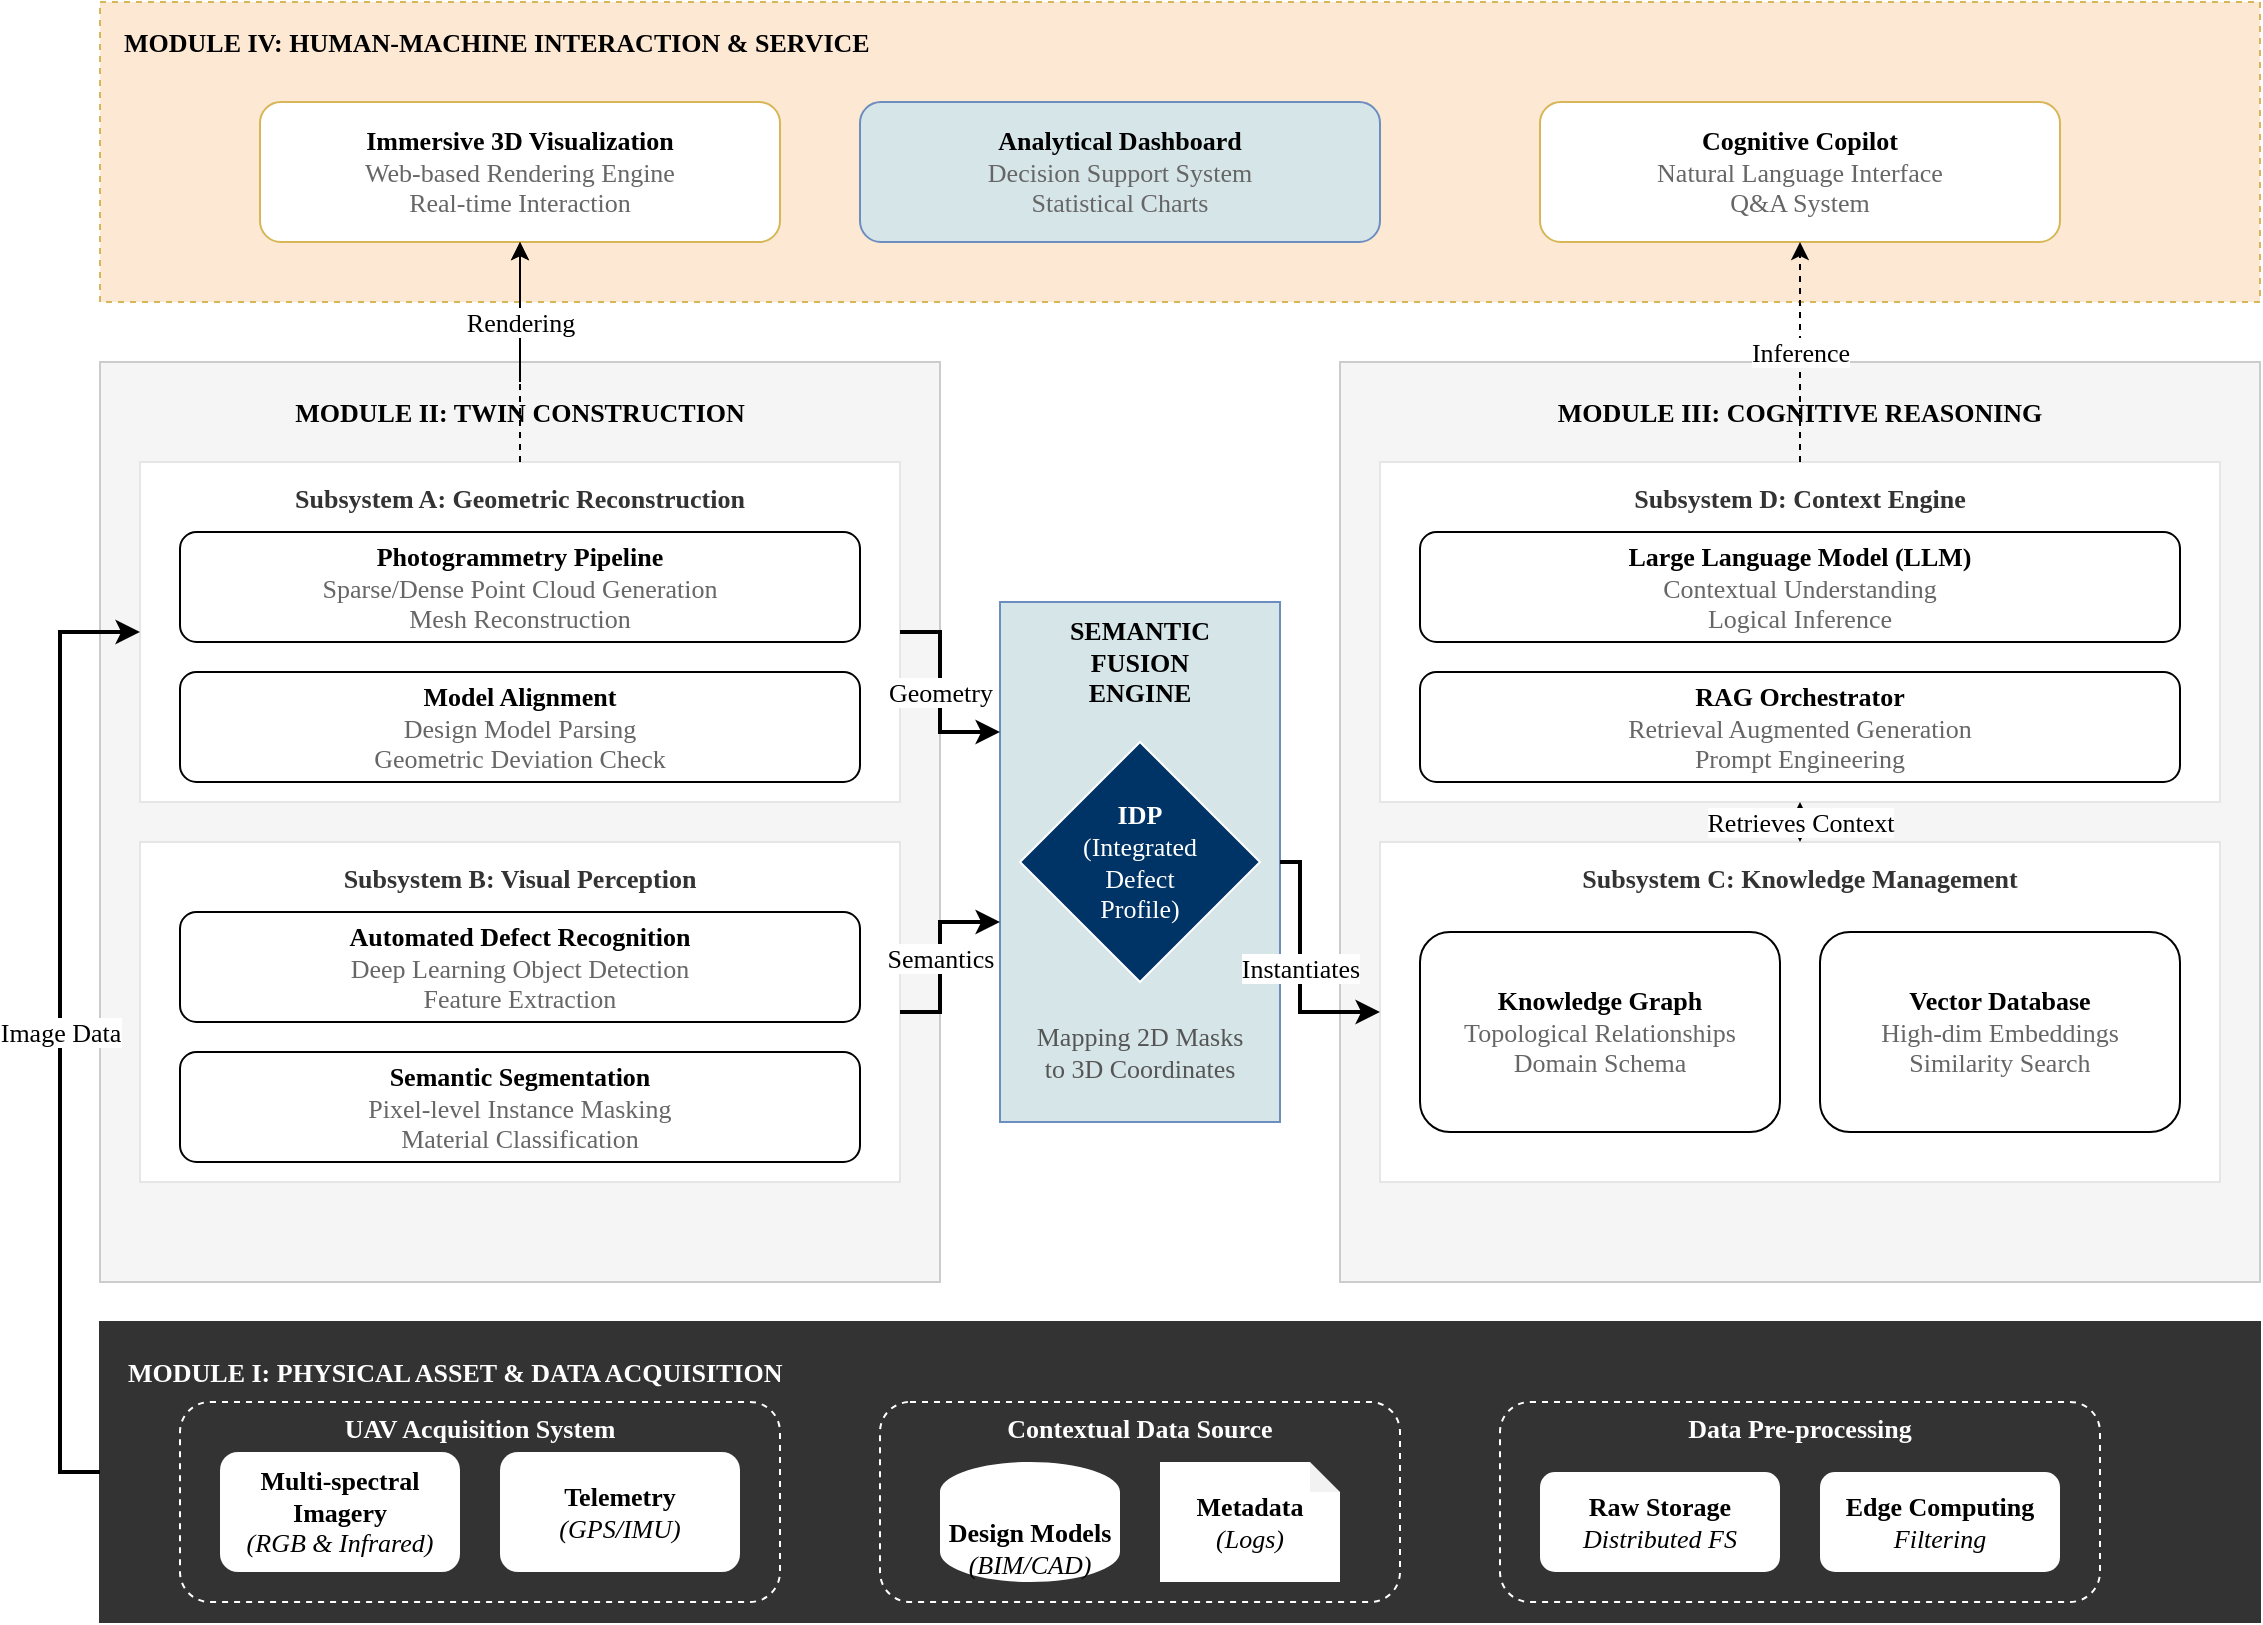
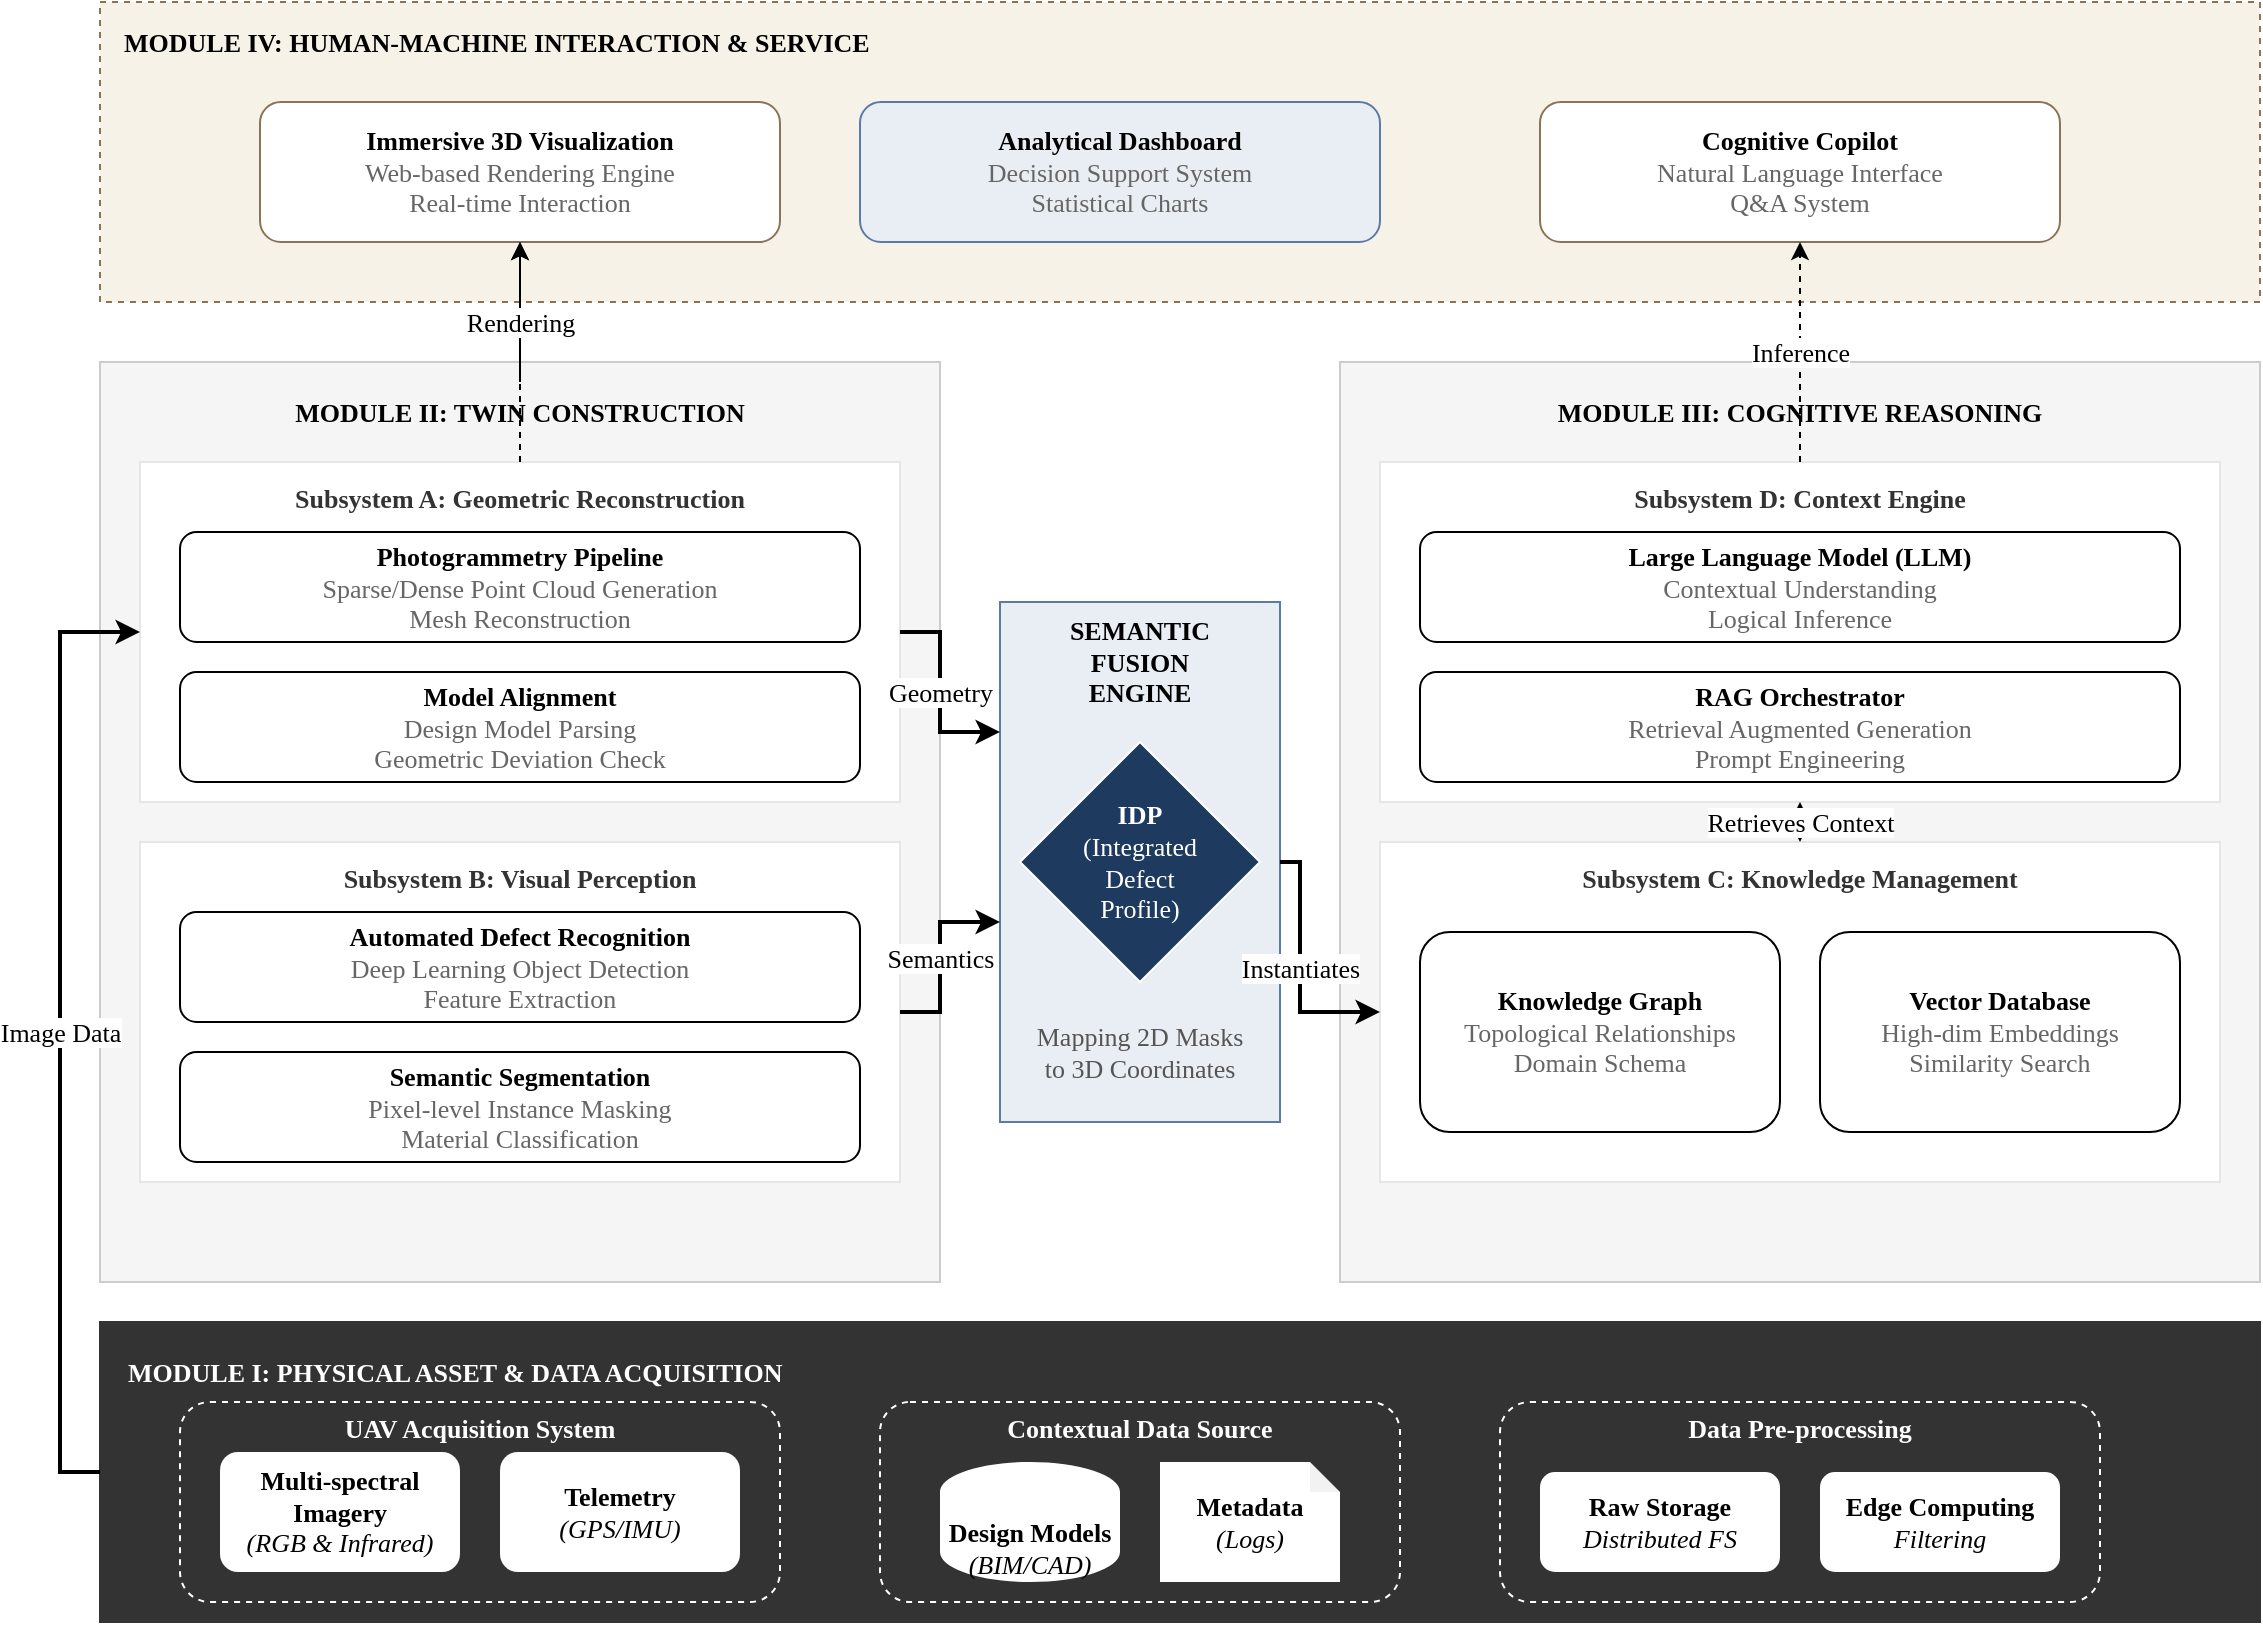
<mxfile host="Electron" agent="Mozilla/5.0 (Macintosh; Intel Mac OS X 10_15_7) AppleWebKit/537.36 (KHTML, like Gecko) draw.io/29.2.9 Chrome/140.0.7339.249 Electron/38.7.2 Safari/537.36" version="29.2.9">
  <diagram name="第 1 页" id="7_vjhqPGj1s4lU4p-eJ5">
    <mxGraphModel dx="530" dy="-233" grid="1" gridSize="10" guides="1" tooltips="1" connect="1" arrows="1" fold="1" page="1" pageScale="1" pageWidth="827" pageHeight="1169" math="0" shadow="0">
      <root>
        <mxCell id="0" />
        <mxCell id="1" parent="0" />
-         <mxCell id="D5NGcvgCAcNfVg2UiYoK-236" parent="1" style="rounded=0;whiteSpace=wrap;html=1;fillColor=#FDE8D4;strokeColor=#d6b656;align=left;verticalAlign=top;spacingLeft=10;spacingTop=10;dashed=1;fontFamily=Times New Roman;fontSize=13;" value="" vertex="1">
+         <mxCell id="D5NGcvgCAcNfVg2UiYoK-236" parent="1" style="rounded=0;whiteSpace=wrap;html=1;fillColor=#F7F2E8;strokeColor=#8B7355;align=left;verticalAlign=top;spacingLeft=10;spacingTop=10;dashed=1;fontFamily=Times New Roman;fontSize=13;" value="" vertex="1">
          <mxGeometry height="150" width="1080" x="1040" y="1540" as="geometry" />
        </mxCell>
        <mxCell id="D5NGcvgCAcNfVg2UiYoK-237" parent="1" style="text;html=1;strokeColor=none;fillColor=none;align=left;verticalAlign=middle;whiteSpace=wrap;rounded=0;fontFamily=Times New Roman;fontSize=13;fontColor=#000000;" value="&lt;b&gt;MODULE IV: HUMAN-MACHINE INTERACTION &amp;amp; SERVICE&lt;/b&gt;" vertex="1">
          <mxGeometry height="30" width="490" x="1050" y="1545" as="geometry" />
        </mxCell>
-         <mxCell id="D5NGcvgCAcNfVg2UiYoK-238" parent="1" style="rounded=1;whiteSpace=wrap;html=1;fillColor=#ffffff;strokeColor=#d6b656;fontFamily=Times New Roman;fontSize=13;" value="&lt;b&gt;Immersive 3D Visualization&lt;/b&gt;&lt;br&gt;&lt;span style=&quot;color: rgb(102, 102, 102);&quot;&gt;Web-based Rendering Engine&lt;br&gt;Real-time Interaction&lt;/span&gt;" vertex="1">
+         <mxCell id="D5NGcvgCAcNfVg2UiYoK-238" parent="1" style="rounded=1;whiteSpace=wrap;html=1;fillColor=#ffffff;strokeColor=#8B7355;fontFamily=Times New Roman;fontSize=13;" value="&lt;b&gt;Immersive 3D Visualization&lt;/b&gt;&lt;br&gt;&lt;span style=&quot;color: rgb(102, 102, 102);&quot;&gt;Web-based Rendering Engine&lt;br&gt;Real-time Interaction&lt;/span&gt;" vertex="1">
          <mxGeometry height="70" width="260" x="1120" y="1590" as="geometry" />
        </mxCell>
-         <mxCell id="D5NGcvgCAcNfVg2UiYoK-239" parent="1" style="rounded=1;whiteSpace=wrap;html=1;fillColor=#D6E5E8;strokeColor=#6c8ebf;fontFamily=Times New Roman;fontSize=13;" value="&lt;b&gt;Analytical Dashboard&lt;/b&gt;&lt;br&gt;&lt;span style=&quot;color: rgb(102, 102, 102);&quot;&gt;Decision Support System&lt;br&gt;Statistical Charts&lt;/span&gt;" vertex="1">
+         <mxCell id="D5NGcvgCAcNfVg2UiYoK-239" parent="1" style="rounded=1;whiteSpace=wrap;html=1;fillColor=#E8EEF4;strokeColor=#5B7BA6;fontFamily=Times New Roman;fontSize=13;" value="&lt;b&gt;Analytical Dashboard&lt;/b&gt;&lt;br&gt;&lt;span style=&quot;color: rgb(102, 102, 102);&quot;&gt;Decision Support System&lt;br&gt;Statistical Charts&lt;/span&gt;" vertex="1">
          <mxGeometry height="70" width="260" x="1420" y="1590" as="geometry" />
        </mxCell>
-         <mxCell id="D5NGcvgCAcNfVg2UiYoK-240" parent="1" style="rounded=1;whiteSpace=wrap;html=1;fillColor=#ffffff;strokeColor=#d6b656;fontFamily=Times New Roman;fontSize=13;" value="&lt;b&gt;Cognitive Copilot&lt;/b&gt;&lt;br&gt;&lt;span style=&quot;color: rgb(102, 102, 102);&quot;&gt;Natural Language Interface&lt;br&gt;Q&amp;amp;A System&lt;/span&gt;" vertex="1">
+         <mxCell id="D5NGcvgCAcNfVg2UiYoK-240" parent="1" style="rounded=1;whiteSpace=wrap;html=1;fillColor=#ffffff;strokeColor=#8B7355;fontFamily=Times New Roman;fontSize=13;" value="&lt;b&gt;Cognitive Copilot&lt;/b&gt;&lt;br&gt;&lt;span style=&quot;color: rgb(102, 102, 102);&quot;&gt;Natural Language Interface&lt;br&gt;Q&amp;amp;A System&lt;/span&gt;" vertex="1">
          <mxGeometry height="70" width="260" x="1760" y="1590" as="geometry" />
        </mxCell>
        <mxCell id="D5NGcvgCAcNfVg2UiYoK-241" parent="1" style="rounded=0;whiteSpace=wrap;html=1;fillColor=#f5f5f5;strokeColor=#cccccc;align=left;verticalAlign=top;spacingLeft=10;spacingTop=10;fontFamily=Times New Roman;fontSize=13;" value="" vertex="1">
          <mxGeometry height="460" width="420" x="1040" y="1720" as="geometry" />
        </mxCell>
        <mxCell id="D5NGcvgCAcNfVg2UiYoK-242" edge="1" parent="1" source="D5NGcvgCAcNfVg2UiYoK-243" style="edgeStyle=orthogonalEdgeStyle;rounded=0;orthogonalLoop=1;jettySize=auto;html=1;" target="D5NGcvgCAcNfVg2UiYoK-238" value="">
          <mxGeometry relative="1" as="geometry" />
        </mxCell>
        <mxCell id="D5NGcvgCAcNfVg2UiYoK-243" parent="1" style="text;html=1;strokeColor=none;fillColor=none;align=center;verticalAlign=middle;whiteSpace=wrap;rounded=0;fontFamily=Times New Roman;fontSize=13;fontColor=#000000;" value="&lt;b&gt;MODULE II: TWIN CONSTRUCTION&lt;/b&gt;" vertex="1">
          <mxGeometry height="30" width="420" x="1040" y="1730" as="geometry" />
        </mxCell>
        <mxCell id="D5NGcvgCAcNfVg2UiYoK-244" parent="1" style="rounded=0;whiteSpace=wrap;html=1;fillColor=#ffffff;strokeColor=#e6e6e6;align=left;verticalAlign=top;fontFamily=Times New Roman;fontSize=13;" value="" vertex="1">
          <mxGeometry height="170" width="380" x="1060" y="1770" as="geometry" />
        </mxCell>
        <mxCell id="D5NGcvgCAcNfVg2UiYoK-245" parent="1" style="text;html=1;strokeColor=none;fillColor=none;align=center;verticalAlign=middle;whiteSpace=wrap;rounded=0;fontFamily=Times New Roman;fontSize=13;fontColor=#333333;" value="&lt;b&gt;Subsystem A: Geometric Reconstruction&lt;/b&gt;" vertex="1">
          <mxGeometry height="25" width="380" x="1060" y="1775" as="geometry" />
        </mxCell>
        <mxCell id="D5NGcvgCAcNfVg2UiYoK-246" parent="1" style="rounded=1;whiteSpace=wrap;html=1;fillColor=#ffffff;strokeColor=#000000;fontFamily=Times New Roman;fontSize=13;" value="&lt;b&gt;Photogrammetry Pipeline&lt;/b&gt;&lt;br&gt;&lt;span style=&quot;color: rgb(102, 102, 102);&quot;&gt;Sparse/Dense Point Cloud Generation&lt;br&gt;Mesh Reconstruction&lt;/span&gt;" vertex="1">
          <mxGeometry height="55" width="340" x="1080" y="1805" as="geometry" />
        </mxCell>
        <mxCell id="D5NGcvgCAcNfVg2UiYoK-247" parent="1" style="rounded=1;whiteSpace=wrap;html=1;fillColor=#ffffff;strokeColor=#000000;fontFamily=Times New Roman;fontSize=13;" value="&lt;b&gt;Model Alignment&lt;/b&gt;&lt;br&gt;&lt;span style=&quot;color: rgb(102, 102, 102);&quot;&gt;Design Model Parsing&lt;br&gt;Geometric Deviation Check&lt;/span&gt;" vertex="1">
          <mxGeometry height="55" width="340" x="1080" y="1875" as="geometry" />
        </mxCell>
        <mxCell id="D5NGcvgCAcNfVg2UiYoK-248" parent="1" style="rounded=0;whiteSpace=wrap;html=1;fillColor=#ffffff;strokeColor=#e6e6e6;align=left;verticalAlign=top;fontFamily=Times New Roman;fontSize=13;" value="" vertex="1">
          <mxGeometry height="170" width="380" x="1060" y="1960" as="geometry" />
        </mxCell>
        <mxCell id="D5NGcvgCAcNfVg2UiYoK-249" parent="1" style="text;html=1;strokeColor=none;fillColor=none;align=center;verticalAlign=middle;whiteSpace=wrap;rounded=0;fontFamily=Times New Roman;fontSize=13;fontColor=#333333;" value="&lt;b&gt;Subsystem B: Visual Perception&lt;/b&gt;" vertex="1">
          <mxGeometry height="25" width="380" x="1060" y="1965" as="geometry" />
        </mxCell>
        <mxCell id="D5NGcvgCAcNfVg2UiYoK-250" parent="1" style="rounded=1;whiteSpace=wrap;html=1;fillColor=#ffffff;strokeColor=#000000;fontFamily=Times New Roman;fontSize=13;" value="&lt;b&gt;Automated Defect Recognition&lt;/b&gt;&lt;br&gt;&lt;span style=&quot;color: rgb(102, 102, 102);&quot;&gt;Deep Learning Object Detection&lt;br&gt;Feature Extraction&lt;/span&gt;" vertex="1">
          <mxGeometry height="55" width="340" x="1080" y="1995" as="geometry" />
        </mxCell>
        <mxCell id="D5NGcvgCAcNfVg2UiYoK-251" parent="1" style="rounded=1;whiteSpace=wrap;html=1;fillColor=#ffffff;strokeColor=#000000;fontFamily=Times New Roman;fontSize=13;" value="&lt;b&gt;Semantic Segmentation&lt;/b&gt;&lt;br&gt;&lt;span style=&quot;color: rgb(102, 102, 102);&quot;&gt;Pixel-level Instance Masking&lt;br&gt;Material Classification&lt;/span&gt;" vertex="1">
          <mxGeometry height="55" width="340" x="1080" y="2065" as="geometry" />
        </mxCell>
-         <mxCell id="D5NGcvgCAcNfVg2UiYoK-252" parent="1" style="rounded=0;whiteSpace=wrap;html=1;fillColor=#D6E5E8;strokeColor=#6c8ebf;align=center;verticalAlign=middle;fontFamily=Times New Roman;fontSize=13;" value="" vertex="1">
+         <mxCell id="D5NGcvgCAcNfVg2UiYoK-252" parent="1" style="rounded=0;whiteSpace=wrap;html=1;fillColor=#E8EEF4;strokeColor=#5B7BA6;align=center;verticalAlign=middle;fontFamily=Times New Roman;fontSize=13;" value="" vertex="1">
          <mxGeometry height="260" width="140" x="1490" y="1840" as="geometry" />
        </mxCell>
        <mxCell id="D5NGcvgCAcNfVg2UiYoK-253" parent="1" style="text;html=1;strokeColor=none;fillColor=none;align=center;verticalAlign=middle;whiteSpace=wrap;rounded=0;fontFamily=Times New Roman;fontSize=13;fontColor=#000000;" value="&lt;b&gt;SEMANTIC&lt;br&gt;FUSION&lt;br&gt;ENGINE&lt;/b&gt;" vertex="1">
          <mxGeometry height="40" width="140" x="1490" y="1850" as="geometry" />
        </mxCell>
-         <mxCell id="D5NGcvgCAcNfVg2UiYoK-254" parent="1" style="shape=rhombus;whiteSpace=wrap;html=1;fillColor=#003366;strokeColor=#ffffff;fontFamily=Times New Roman;fontColor=#ffffff;fontStyle=0;fontSize=13;" value="&lt;b&gt;IDP&lt;/b&gt;&lt;br&gt;&lt;span&gt;(Integrated&lt;br&gt;Defect&lt;br&gt;Profile)&lt;/span&gt;" vertex="1">
+         <mxCell id="D5NGcvgCAcNfVg2UiYoK-254" parent="1" style="shape=rhombus;whiteSpace=wrap;html=1;fillColor=#1E3A5F;strokeColor=#ffffff;fontFamily=Times New Roman;fontColor=#ffffff;fontStyle=0;fontSize=13;" value="&lt;b&gt;IDP&lt;/b&gt;&lt;br&gt;&lt;span&gt;(Integrated&lt;br&gt;Defect&lt;br&gt;Profile)&lt;/span&gt;" vertex="1">
          <mxGeometry height="120" width="120" x="1500" y="1910" as="geometry" />
        </mxCell>
        <mxCell id="D5NGcvgCAcNfVg2UiYoK-255" parent="1" style="text;html=1;strokeColor=none;fillColor=none;align=center;verticalAlign=middle;whiteSpace=wrap;rounded=0;fontFamily=Times New Roman;fontSize=13;" value="&lt;span style=&quot;color: rgb(85, 85, 85);&quot;&gt;Mapping 2D Masks&lt;br&gt;to 3D Coordinates&lt;/span&gt;" vertex="1">
          <mxGeometry height="30" width="140" x="1490" y="2050" as="geometry" />
        </mxCell>
        <mxCell id="D5NGcvgCAcNfVg2UiYoK-256" parent="1" style="rounded=0;whiteSpace=wrap;html=1;fillColor=#f5f5f5;strokeColor=#cccccc;align=left;verticalAlign=top;spacingLeft=10;spacingTop=10;fontFamily=Times New Roman;fontSize=13;" value="" vertex="1">
          <mxGeometry height="460" width="460" x="1660" y="1720" as="geometry" />
        </mxCell>
        <mxCell id="D5NGcvgCAcNfVg2UiYoK-257" parent="1" style="text;html=1;strokeColor=none;fillColor=none;align=center;verticalAlign=middle;whiteSpace=wrap;rounded=0;fontFamily=Times New Roman;fontSize=13;fontColor=#000000;" value="&lt;b&gt;MODULE III: COGNITIVE REASONING&lt;/b&gt;" vertex="1">
          <mxGeometry height="30" width="460" x="1660" y="1730" as="geometry" />
        </mxCell>
        <mxCell id="D5NGcvgCAcNfVg2UiYoK-258" parent="1" style="rounded=0;whiteSpace=wrap;html=1;fillColor=#ffffff;strokeColor=#e6e6e6;align=left;verticalAlign=top;fontFamily=Times New Roman;fontSize=13;" value="" vertex="1">
          <mxGeometry height="170" width="420" x="1680" y="1770" as="geometry" />
        </mxCell>
        <mxCell id="D5NGcvgCAcNfVg2UiYoK-259" parent="1" style="text;html=1;strokeColor=none;fillColor=none;align=center;verticalAlign=middle;whiteSpace=wrap;rounded=0;fontFamily=Times New Roman;fontSize=13;fontColor=#333333;" value="&lt;b&gt;Subsystem D: Context Engine&lt;/b&gt;" vertex="1">
          <mxGeometry height="25" width="420" x="1680" y="1775" as="geometry" />
        </mxCell>
        <mxCell id="D5NGcvgCAcNfVg2UiYoK-260" parent="1" style="rounded=1;whiteSpace=wrap;html=1;fillColor=#ffffff;strokeColor=#000000;fontFamily=Times New Roman;fontSize=13;" value="&lt;b&gt;Large Language Model (LLM)&lt;/b&gt;&lt;br&gt;&lt;span style=&quot;color: rgb(102, 102, 102);&quot;&gt;Contextual Understanding&lt;br&gt;Logical Inference&lt;/span&gt;" vertex="1">
          <mxGeometry height="55" width="380" x="1700" y="1805" as="geometry" />
        </mxCell>
        <mxCell id="D5NGcvgCAcNfVg2UiYoK-261" parent="1" style="rounded=1;whiteSpace=wrap;html=1;fillColor=#ffffff;strokeColor=#000000;fontFamily=Times New Roman;fontSize=13;" value="&lt;b&gt;RAG Orchestrator&lt;/b&gt;&lt;br&gt;&lt;span style=&quot;color: rgb(102, 102, 102);&quot;&gt;Retrieval Augmented Generation&lt;br&gt;Prompt Engineering&lt;/span&gt;" vertex="1">
          <mxGeometry height="55" width="380" x="1700" y="1875" as="geometry" />
        </mxCell>
        <mxCell id="D5NGcvgCAcNfVg2UiYoK-262" parent="1" style="rounded=0;whiteSpace=wrap;html=1;fillColor=#ffffff;strokeColor=#e6e6e6;align=left;verticalAlign=top;fontFamily=Times New Roman;fontSize=13;" value="" vertex="1">
          <mxGeometry height="170" width="420" x="1680" y="1960" as="geometry" />
        </mxCell>
        <mxCell id="D5NGcvgCAcNfVg2UiYoK-263" parent="1" style="text;html=1;strokeColor=none;fillColor=none;align=center;verticalAlign=middle;whiteSpace=wrap;rounded=0;fontFamily=Times New Roman;fontSize=13;fontColor=#333333;" value="&lt;b&gt;Subsystem C: Knowledge Management&lt;/b&gt;" vertex="1">
          <mxGeometry height="25" width="420" x="1680" y="1965" as="geometry" />
        </mxCell>
        <mxCell id="D5NGcvgCAcNfVg2UiYoK-264" parent="1" style="rounded=1;whiteSpace=wrap;html=1;fillColor=#ffffff;strokeColor=#000000;fontFamily=Times New Roman;fontSize=13;" value="&lt;b&gt;Knowledge Graph&lt;/b&gt;&lt;br&gt;&lt;span style=&quot;color: rgb(102, 102, 102);&quot;&gt;Topological Relationships&lt;br&gt;Domain Schema&lt;/span&gt;" vertex="1">
          <mxGeometry height="100" width="180" x="1700" y="2005" as="geometry" />
        </mxCell>
        <mxCell id="D5NGcvgCAcNfVg2UiYoK-265" parent="1" style="rounded=1;whiteSpace=wrap;html=1;fillColor=#ffffff;strokeColor=#000000;fontFamily=Times New Roman;fontSize=13;" value="&lt;b&gt;Vector Database&lt;/b&gt;&lt;br&gt;&lt;span style=&quot;color: rgb(102, 102, 102);&quot;&gt;High-dim Embeddings&lt;br&gt;Similarity Search&lt;/span&gt;" vertex="1">
          <mxGeometry height="100" width="180" x="1900" y="2005" as="geometry" />
        </mxCell>
        <mxCell id="D5NGcvgCAcNfVg2UiYoK-266" parent="1" style="rounded=0;whiteSpace=wrap;html=1;fillColor=#333333;strokeColor=#333333;align=left;verticalAlign=top;spacingLeft=10;spacingTop=10;fontFamily=Times New Roman;fontSize=13;" value="" vertex="1">
          <mxGeometry height="150" width="1080" x="1040" y="2200" as="geometry" />
        </mxCell>
        <mxCell id="D5NGcvgCAcNfVg2UiYoK-267" parent="1" style="text;html=1;strokeColor=none;fillColor=none;align=left;verticalAlign=middle;whiteSpace=wrap;rounded=0;fontFamily=Times New Roman;fontSize=13;fontColor=#ffffff;" value="&lt;b&gt;MODULE I: PHYSICAL ASSET &amp;amp; DATA ACQUISITION&lt;/b&gt;" vertex="1">
          <mxGeometry height="30" width="450" x="1052" y="2210" as="geometry" />
        </mxCell>
        <mxCell id="D5NGcvgCAcNfVg2UiYoK-268" connectable="0" parent="1" style="group;fontFamily=Times New Roman;fontSize=13;" value="" vertex="1">
          <mxGeometry height="100" width="300" x="1080" y="2240" as="geometry" />
        </mxCell>
        <mxCell id="D5NGcvgCAcNfVg2UiYoK-269" parent="D5NGcvgCAcNfVg2UiYoK-268" style="rounded=1;whiteSpace=wrap;html=1;fillColor=none;strokeColor=#ffffff;dashed=1;fontFamily=Times New Roman;fontSize=13;" value="" vertex="1">
          <mxGeometry height="100" width="300" as="geometry" />
        </mxCell>
        <mxCell id="D5NGcvgCAcNfVg2UiYoK-270" parent="D5NGcvgCAcNfVg2UiYoK-268" style="text;html=1;strokeColor=none;fillColor=none;align=center;verticalAlign=middle;whiteSpace=wrap;rounded=0;fontFamily=Times New Roman;fontSize=13;fontColor=#ffffff;" value="&lt;b&gt;UAV Acquisition System&lt;/b&gt;" vertex="1">
          <mxGeometry height="15" width="300" y="5" as="geometry" />
        </mxCell>
        <mxCell id="D5NGcvgCAcNfVg2UiYoK-271" parent="D5NGcvgCAcNfVg2UiYoK-268" style="rounded=1;whiteSpace=wrap;html=1;fillColor=#ffffff;strokeColor=none;fontFamily=Times New Roman;fontSize=13;" value="&lt;b&gt;Multi-spectral Imagery&lt;/b&gt;&lt;br&gt;&lt;i&gt;(RGB &amp;amp; Infrared)&lt;/i&gt;" vertex="1">
          <mxGeometry height="60" width="120" x="20" y="25" as="geometry" />
        </mxCell>
        <mxCell id="D5NGcvgCAcNfVg2UiYoK-272" parent="D5NGcvgCAcNfVg2UiYoK-268" style="rounded=1;whiteSpace=wrap;html=1;fillColor=#ffffff;strokeColor=none;fontFamily=Times New Roman;fontSize=13;" value="&lt;b&gt;Telemetry&lt;/b&gt;&lt;br&gt;&lt;i&gt;(GPS/IMU)&lt;/i&gt;" vertex="1">
          <mxGeometry height="60" width="120" x="160" y="25" as="geometry" />
        </mxCell>
        <mxCell id="D5NGcvgCAcNfVg2UiYoK-273" connectable="0" parent="1" style="group;fontFamily=Times New Roman;fontSize=13;" value="" vertex="1">
          <mxGeometry height="100" width="260" x="1430" y="2240" as="geometry" />
        </mxCell>
        <mxCell id="D5NGcvgCAcNfVg2UiYoK-274" parent="D5NGcvgCAcNfVg2UiYoK-273" style="rounded=1;whiteSpace=wrap;html=1;fillColor=none;strokeColor=#ffffff;dashed=1;fontFamily=Times New Roman;fontSize=13;" value="" vertex="1">
          <mxGeometry height="100" width="260" as="geometry" />
        </mxCell>
        <mxCell id="D5NGcvgCAcNfVg2UiYoK-275" parent="D5NGcvgCAcNfVg2UiYoK-273" style="text;html=1;strokeColor=none;fillColor=none;align=center;verticalAlign=middle;whiteSpace=wrap;rounded=0;fontFamily=Times New Roman;fontSize=13;fontColor=#ffffff;" value="&lt;b&gt;Contextual Data Source&lt;/b&gt;" vertex="1">
          <mxGeometry height="15" width="260" y="5" as="geometry" />
        </mxCell>
        <mxCell id="D5NGcvgCAcNfVg2UiYoK-276" parent="D5NGcvgCAcNfVg2UiYoK-273" style="shape=cylinder3;whiteSpace=wrap;html=1;boundedLbl=1;backgroundOutline=1;size=15;fillColor=#ffffff;strokeColor=none;fontFamily=Times New Roman;fontSize=13;" value="&lt;b&gt;Design Models&lt;/b&gt;&lt;br&gt;&lt;i&gt;(BIM/CAD)&lt;/i&gt;" vertex="1">
          <mxGeometry height="60" width="90" x="30" y="30" as="geometry" />
        </mxCell>
        <mxCell id="D5NGcvgCAcNfVg2UiYoK-277" parent="D5NGcvgCAcNfVg2UiYoK-273" style="shape=note;whiteSpace=wrap;html=1;backgroundOutline=1;darkOpacity=0.05;fillColor=#ffffff;strokeColor=none;fontFamily=Times New Roman;fontSize=13;size=15" value="&lt;b&gt;Metadata&lt;/b&gt;&lt;br&gt;&lt;i&gt;(Logs)&lt;/i&gt;" vertex="1">
          <mxGeometry height="60" width="90" x="140" y="30" as="geometry" />
        </mxCell>
        <mxCell id="D5NGcvgCAcNfVg2UiYoK-278" connectable="0" parent="1" style="group;fontFamily=Times New Roman;fontSize=13;" value="" vertex="1">
          <mxGeometry height="100" width="300" x="1740" y="2240" as="geometry" />
        </mxCell>
        <mxCell id="D5NGcvgCAcNfVg2UiYoK-279" parent="D5NGcvgCAcNfVg2UiYoK-278" style="rounded=1;whiteSpace=wrap;html=1;fillColor=none;strokeColor=#ffffff;dashed=1;fontFamily=Times New Roman;fontSize=13;" value="" vertex="1">
          <mxGeometry height="100" width="300" as="geometry" />
        </mxCell>
        <mxCell id="D5NGcvgCAcNfVg2UiYoK-280" parent="D5NGcvgCAcNfVg2UiYoK-278" style="text;html=1;strokeColor=none;fillColor=none;align=center;verticalAlign=middle;whiteSpace=wrap;rounded=0;fontFamily=Times New Roman;fontSize=13;fontColor=#ffffff;" value="&lt;b&gt;Data Pre-processing&lt;/b&gt;" vertex="1">
          <mxGeometry height="15" width="300" y="5" as="geometry" />
        </mxCell>
        <mxCell id="D5NGcvgCAcNfVg2UiYoK-281" parent="D5NGcvgCAcNfVg2UiYoK-278" style="rounded=1;whiteSpace=wrap;html=1;fillColor=#ffffff;strokeColor=none;fontFamily=Times New Roman;fontSize=13;" value="&lt;b&gt;Raw Storage&lt;/b&gt;&lt;br&gt;&lt;i&gt;Distributed FS&lt;/i&gt;" vertex="1">
          <mxGeometry height="50" width="120" x="20" y="35" as="geometry" />
        </mxCell>
        <mxCell id="D5NGcvgCAcNfVg2UiYoK-282" parent="D5NGcvgCAcNfVg2UiYoK-278" style="rounded=1;whiteSpace=wrap;html=1;fillColor=#ffffff;strokeColor=none;fontFamily=Times New Roman;fontSize=13;" value="&lt;b&gt;Edge Computing&lt;/b&gt;&lt;br&gt;&lt;i&gt;Filtering&lt;/i&gt;" vertex="1">
          <mxGeometry height="50" width="120" x="160" y="35" as="geometry" />
        </mxCell>
        <mxCell id="D5NGcvgCAcNfVg2UiYoK-283" edge="1" parent="1" source="D5NGcvgCAcNfVg2UiYoK-266" style="edgeStyle=orthogonalEdgeStyle;rounded=0;html=1;entryX=0;entryY=0.5;exitX=0;exitY=0.5;strokeWidth=2;fontFamily=Times New Roman;fontSize=13;" target="D5NGcvgCAcNfVg2UiYoK-244" value="Image Data">
          <mxGeometry relative="1" as="geometry">
            <Array as="points">
              <mxPoint x="1040" y="2275" />
              <mxPoint x="1020" y="2275" />
              <mxPoint x="1020" y="1855" />
            </Array>
          </mxGeometry>
        </mxCell>
        <mxCell id="D5NGcvgCAcNfVg2UiYoK-284" edge="1" parent="1" source="D5NGcvgCAcNfVg2UiYoK-244" style="edgeStyle=orthogonalEdgeStyle;rounded=0;html=1;entryX=0;entryY=0.25;exitX=1;exitY=0.5;strokeWidth=2;fontFamily=Times New Roman;fontSize=13;" target="D5NGcvgCAcNfVg2UiYoK-252" value="Geometry">
          <mxGeometry relative="1" as="geometry">
            <Array as="points">
              <mxPoint x="1460" y="1855" />
              <mxPoint x="1460" y="1905" />
            </Array>
          </mxGeometry>
        </mxCell>
        <mxCell id="D5NGcvgCAcNfVg2UiYoK-285" edge="1" parent="1" source="D5NGcvgCAcNfVg2UiYoK-248" style="edgeStyle=orthogonalEdgeStyle;rounded=0;html=1;exitX=1;exitY=0.5;strokeWidth=2;fontFamily=Times New Roman;fontSize=13;" value="Semantics">
          <mxGeometry relative="1" as="geometry">
            <Array as="points">
              <mxPoint x="1460" y="2045" />
              <mxPoint x="1460" y="2000" />
              <mxPoint x="1490" y="2000" />
            </Array>
            <mxPoint x="1490" y="2000" as="targetPoint" />
          </mxGeometry>
        </mxCell>
        <mxCell id="D5NGcvgCAcNfVg2UiYoK-286" edge="1" parent="1" source="D5NGcvgCAcNfVg2UiYoK-252" style="edgeStyle=orthogonalEdgeStyle;rounded=0;html=1;entryX=0;entryY=0.5;exitX=1;exitY=0.5;strokeWidth=2;fontFamily=Times New Roman;fontSize=13;" target="D5NGcvgCAcNfVg2UiYoK-262" value="Instantiates">
          <mxGeometry relative="1" as="geometry">
            <Array as="points">
              <mxPoint x="1640" y="1970" />
              <mxPoint x="1640" y="2045" />
            </Array>
          </mxGeometry>
        </mxCell>
        <mxCell id="D5NGcvgCAcNfVg2UiYoK-287" edge="1" parent="1" source="D5NGcvgCAcNfVg2UiYoK-262" style="edgeStyle=orthogonalEdgeStyle;rounded=0;html=1;entryX=0.5;entryY=1;exitX=0.5;exitY=0;dashed=1;startArrow=classic;startFill=1;fontFamily=Times New Roman;fontSize=13;" target="D5NGcvgCAcNfVg2UiYoK-258" value="Retrieves Context">
          <mxGeometry relative="1" as="geometry" />
        </mxCell>
        <mxCell id="D5NGcvgCAcNfVg2UiYoK-288" edge="1" parent="1" source="D5NGcvgCAcNfVg2UiYoK-258" style="rounded=0;html=1;entryX=0.5;entryY=1;exitX=0.5;exitY=0;dashed=1;strokeWidth=1;fontFamily=Times New Roman;fontSize=13;" target="D5NGcvgCAcNfVg2UiYoK-240" value="Inference">
          <mxGeometry relative="1" as="geometry" />
        </mxCell>
        <mxCell id="D5NGcvgCAcNfVg2UiYoK-289" edge="1" parent="1" source="D5NGcvgCAcNfVg2UiYoK-244" style="edgeStyle=orthogonalEdgeStyle;rounded=0;html=1;entryX=0.5;entryY=1;exitX=0.5;exitY=0;dashed=1;strokeWidth=1;fontFamily=Times New Roman;fontSize=13;" target="D5NGcvgCAcNfVg2UiYoK-238" value="Rendering">
          <mxGeometry relative="1" x="0.2727" as="geometry">
            <mxPoint as="offset" />
            <Array as="points">
              <mxPoint x="1250" y="1700" />
              <mxPoint x="1250" y="1700" />
            </Array>
          </mxGeometry>
        </mxCell>
      </root>
    </mxGraphModel>
  </diagram>
</mxfile>
